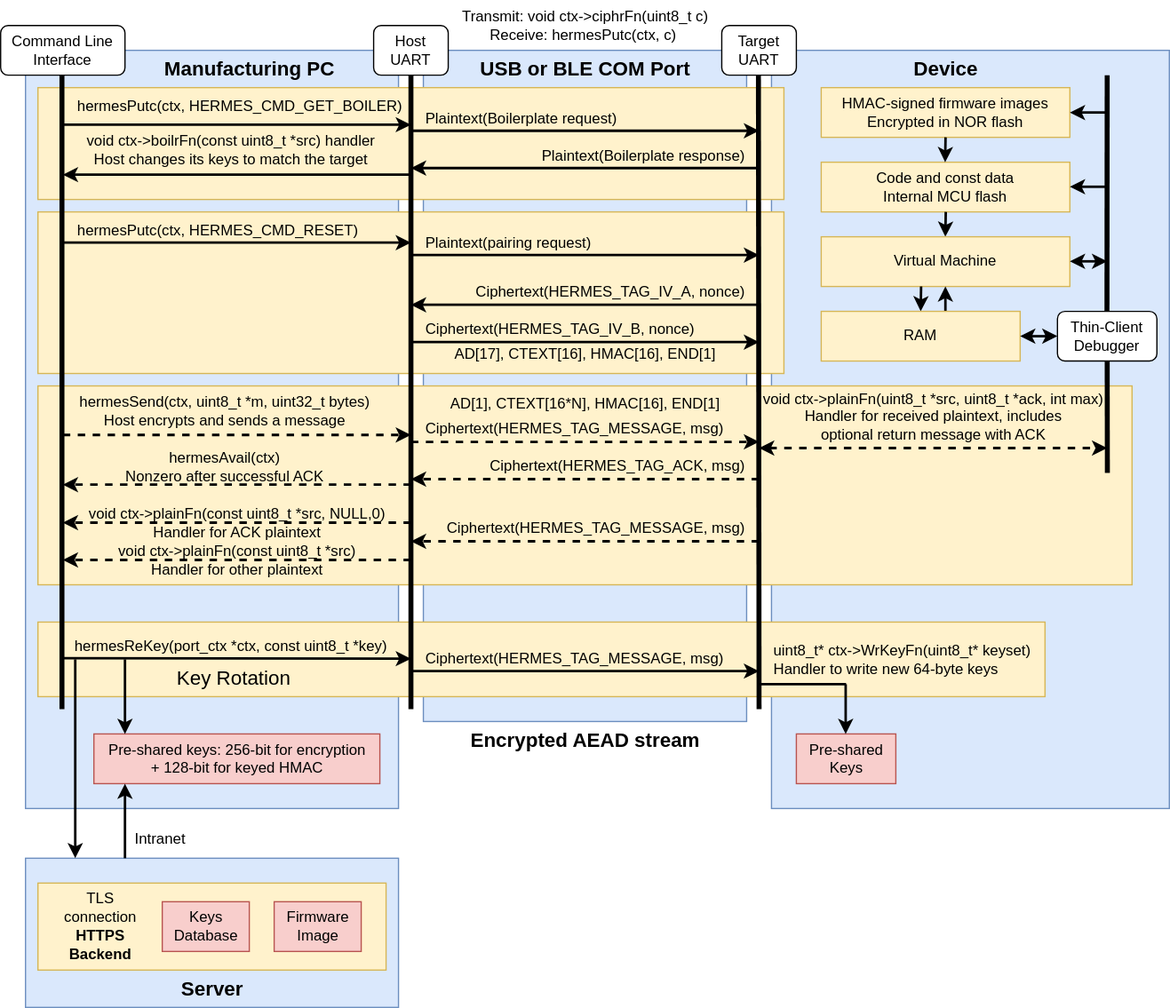
Above: docs/call-flow.drawio.svg in bradleyeckert/hermes (draw.io), before the change. Source tidied: cells renumbered, new cells last; positions are measured from the earlier drawing's top-left corner, leaving out a move shared by most shapes.
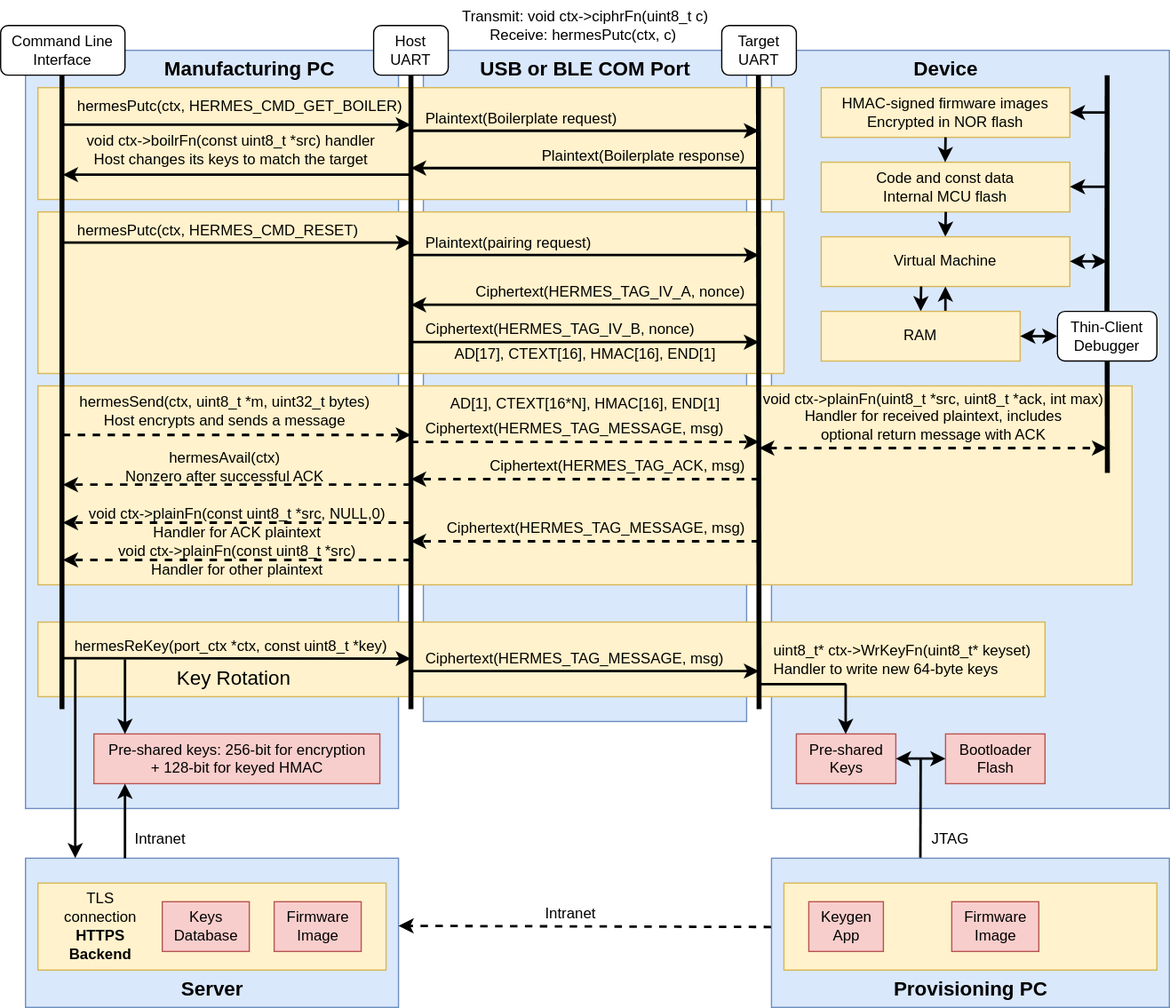
Later version of the same file.

What changed in the source:
```diff
@@ -376,8 +376,45 @@
         <mxPoint x="860" y="149.8" as="targetPoint" />
       </mxGeometry>
     </mxCell>
-    <mxCell id="90" value="&lt;font style=&quot;font-size: 16px;&quot;&gt;&lt;b&gt;Encrypted AEAD stream&lt;/b&gt;&lt;/font&gt;" style="text;html=1;align=center;verticalAlign=middle;strokeColor=none;fillColor=none;" parent="1" vertex="1">
-      <mxGeometry x="365" y="580" width="210" height="30" as="geometry" />
-    </mxCell>
+    <mxCell id="91" value="Bootloader&lt;div&gt;Flash&lt;/div&gt;" style="text;html=1;align=center;verticalAlign=middle;strokeColor=#b85450;fillColor=#f8cecc;" parent="1" vertex="1">
+      <mxGeometry x="760" y="590" width="80" height="40" as="geometry" />
+    </mxCell>
+    <mxCell id="92" style="endArrow=classic;html=1;strokeWidth=2;endFill=1;startArrow=classic;startFill=1;" parent="1" edge="1">
+      <mxGeometry relative="1" as="geometry">
+        <mxPoint x="760" y="609.9" as="sourcePoint" />
+        <mxPoint x="720" y="609.9" as="targetPoint" />
+      </mxGeometry>
+    </mxCell>
+    <mxCell id="93" style="endArrow=none;html=1;strokeWidth=2;endFill=0;exitX=0.195;exitY=1.002;exitDx=0;exitDy=0;exitPerimeter=0;" parent="1" edge="1" source="98">
+      <mxGeometry relative="1" as="geometry">
+        <mxPoint x="740" y="610" as="targetPoint" />
+      </mxGeometry>
+    </mxCell>
+    <mxCell id="94" style="rounded=0;whiteSpace=wrap;html=1;fillColor=#dae8fc;strokeColor=#6c8ebf;" parent="1" vertex="1">
+      <mxGeometry x="620" y="690" width="320" height="120" as="geometry" />
+    </mxCell>
+    <mxCell id="95" style="rounded=0;whiteSpace=wrap;html=1;fillColor=#fff2cc;strokeColor=#d6b656;" parent="1" vertex="1">
+      <mxGeometry x="630" y="710" width="300" height="70" as="geometry" />
+    </mxCell>
+    <mxCell id="96" value="&lt;font style=&quot;font-size: 16px;&quot;&gt;&lt;b&gt;Provisioning PC&lt;/b&gt;&lt;/font&gt;" style="text;html=1;align=center;verticalAlign=middle;strokeColor=none;fillColor=none;" parent="1" vertex="1">
+      <mxGeometry x="705" y="780" width="150" height="30" as="geometry" />
+    </mxCell>
+    <mxCell id="97" value="Keygen&lt;div&gt;App&lt;/div&gt;" style="text;html=1;align=center;verticalAlign=middle;strokeColor=#b85450;fillColor=#f8cecc;" parent="1" vertex="1">
+      <mxGeometry x="650" y="725" width="60" height="40" as="geometry" />
+    </mxCell>
+    <mxCell id="98" value="JTAG" style="text;html=1;align=right;verticalAlign=middle;points=[];strokeColor=none;fillColor=none;" parent="1" vertex="1">
+      <mxGeometry x="730" y="660" width="50" height="30" as="geometry" />
+    </mxCell>
+    <mxCell id="99" value="Firmware&lt;div&gt;Image&lt;/div&gt;" style="text;html=1;align=center;verticalAlign=middle;strokeColor=#b85450;fillColor=#f8cecc;" parent="1" vertex="1">
+      <mxGeometry x="765" y="725" width="70" height="40" as="geometry" />
+    </mxCell>
+    <mxCell id="100" style="endArrow=classic;html=1;strokeWidth=2;endFill=1;dashed=1;exitX=-0.001;exitY=0.461;exitDx=0;exitDy=0;exitPerimeter=0;" parent="1" edge="1" source="94">
+      <mxGeometry relative="1" as="geometry">
+        <mxPoint x="320" y="744.4" as="targetPoint" />
+      </mxGeometry>
+    </mxCell>
+    <mxCell id="101" value="Intranet" style="text;html=1;align=right;verticalAlign=middle;strokeColor=none;fillColor=none;" parent="1" vertex="1">
+      <mxGeometry x="420" y="720" width="60" height="30" as="geometry" />
+    </mxCell>
   </root>
 </mxGraphModel>
```
